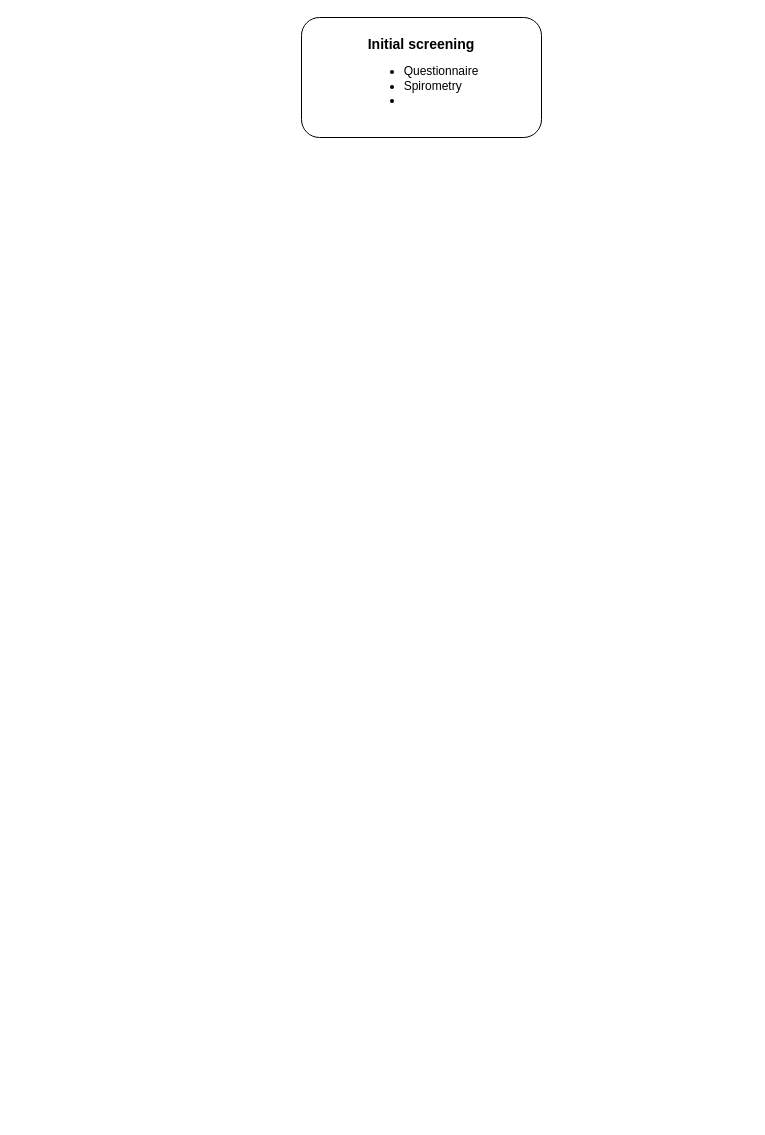
This is docs/reports/HSP_silicosis.drawio from UtrechtUniversity/lexces-silicosis-predict, a draw.io file, before an edit. Source tidied: cells renumbered, new cells numbered last; positions are measured from the earlier drawing's top-left corner, leaving out a move shared by most shapes. Both pictures are drawn from the tidied source at 100%, with x=0, y=0 at pixel (301, 17).
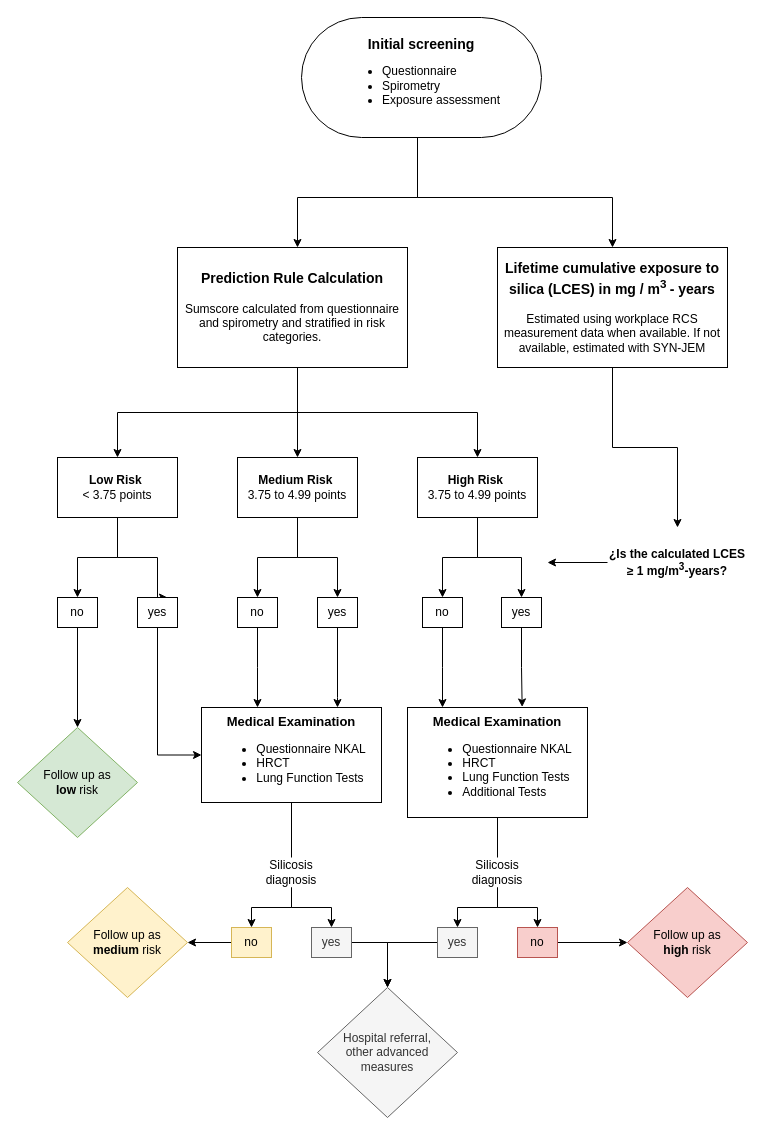
The same page after the edit.

The edit, as a diff of the source:
```diff
@@
+    <mxCell id="3" style="edgeStyle=orthogonalEdgeStyle;rounded=0;jettySize=auto;html=1;" parent="1" edge="1" source="2" target="8">
+      <mxGeometry relative="1" as="geometry">
+        <Array as="points">
+          <mxPoint x="116" y="180" />
+          <mxPoint x="-4" y="180" />
+        </Array>
+      </mxGeometry>
+    </mxCell>
+    <mxCell id="4" style="edgeStyle=orthogonalEdgeStyle;rounded=0;jettySize=auto;html=1;" parent="1" edge="1" source="2" target="10">
+      <mxGeometry relative="1" as="geometry">
+        <Array as="points">
+          <mxPoint x="116" y="180" />
+          <mxPoint x="311" y="180" />
+        </Array>
+      </mxGeometry>
+    </mxCell>
-    <mxCell id="2" value="&lt;font style=&quot;font-size: 14px;&quot;&gt;&lt;b&gt;Initial screening&lt;/b&gt;&lt;/font&gt;&lt;div&gt;&lt;ul&gt;&lt;li&gt;Questionnaire&lt;/li&gt;&lt;li style=&quot;text-align: left;&quot;&gt;Spirometry&lt;/li&gt;&lt;li style=&quot;text-align: left;&quot;&gt;&lt;br&gt;&lt;/li&gt;&lt;/ul&gt;&lt;/div&gt;" style="rounded=1;whiteSpace=wrap;html=1;" parent="1" vertex="1">
+    <mxCell id="2" value="&lt;font style=&quot;font-size: 14px;&quot;&gt;&lt;b&gt;Initial screening&lt;/b&gt;&lt;/font&gt;&lt;div&gt;&lt;ul&gt;&lt;li style=&quot;text-align: left;&quot;&gt;Questionnaire&lt;/li&gt;&lt;li style=&quot;text-align: left;&quot;&gt;Spirometry&lt;/li&gt;&lt;li style=&quot;text-align: left;&quot;&gt;Exposure assessment&lt;/li&gt;&lt;/ul&gt;&lt;/div&gt;" style="rounded=1;whiteSpace=wrap;html=1;arcSize=50;" parent="1" vertex="1">
       <mxGeometry width="240" height="120" as="geometry" />
     </mxCell>
+    <mxCell id="5" style="edgeStyle=orthogonalEdgeStyle;rounded=0;jettySize=auto;html=1;" parent="1" edge="1" source="8" target="16">
+      <mxGeometry relative="1" as="geometry">
+        <Array as="points">
+          <mxPoint x="-4" y="370" />
+          <mxPoint x="-4" y="370" />
+        </Array>
+      </mxGeometry>
+    </mxCell>
+    <mxCell id="6" style="edgeStyle=orthogonalEdgeStyle;rounded=0;jettySize=auto;html=1;entryX=0.5;entryY=0;entryDx=0;entryDy=0;" parent="1" edge="1" source="8" target="13">
+      <mxGeometry relative="1" as="geometry">
+        <Array as="points">
+          <mxPoint x="-4" y="395" />
+          <mxPoint x="-184" y="395" />
+        </Array>
+      </mxGeometry>
+    </mxCell>
+    <mxCell id="7" style="edgeStyle=orthogonalEdgeStyle;rounded=0;jettySize=auto;html=1;exitX=0.5;exitY=1;exitDx=0;exitDy=0;" parent="1" edge="1" source="8" target="19">
+      <mxGeometry relative="1" as="geometry">
+        <Array as="points">
+          <mxPoint x="-4" y="350" />
+          <mxPoint x="-4" y="395" />
+          <mxPoint x="176" y="395" />
+        </Array>
+      </mxGeometry>
+    </mxCell>
+    <mxCell id="8" value="&lt;font style=&quot;font-size: 14px;&quot;&gt;&lt;b&gt;Prediction Rule Calculation&lt;/b&gt;&lt;/font&gt;&lt;div&gt;&lt;span style=&quot;text-align: left; background-color: transparent; color: light-dark(rgb(0, 0, 0), rgb(255, 255, 255));&quot;&gt;&lt;br&gt;&lt;/span&gt;&lt;/div&gt;&lt;div&gt;&lt;span style=&quot;text-align: left; background-color: transparent; color: light-dark(rgb(0, 0, 0), rgb(255, 255, 255));&quot;&gt;Sumscore calculated from questionnaire and spirometry and stratified in risk categories.&lt;/span&gt;&lt;/div&gt;" style="rounded=1;whiteSpace=wrap;html=1;arcSize=0;" parent="1" vertex="1">
+      <mxGeometry x="-124" y="230" width="230" height="120" as="geometry" />
+    </mxCell>
+    <mxCell id="9" style="edgeStyle=orthogonalEdgeStyle;rounded=0;jettySize=auto;html=1;entryX=0.5;entryY=0;entryDx=0;entryDy=0;" parent="1" edge="1" source="10" target="21">
+      <mxGeometry relative="1" as="geometry" />
+    </mxCell>
+    <mxCell id="10" value="&lt;div&gt;&lt;span style=&quot;text-align: left; background-color: transparent; color: light-dark(rgb(0, 0, 0), rgb(255, 255, 255)); font-size: 14px;&quot;&gt;&lt;b&gt;Lifetime cumulative exposure to silica (LCES) in&amp;nbsp;&lt;/b&gt;&lt;/span&gt;&lt;span style=&quot;background-color: transparent; color: light-dark(rgb(0, 0, 0), rgb(255, 255, 255)); text-align: left; font-size: 14px;&quot;&gt;&lt;b&gt;mg /&amp;nbsp;&lt;/b&gt;&lt;/span&gt;&lt;b style=&quot;background-color: transparent; color: light-dark(rgb(0, 0, 0), rgb(255, 255, 255)); font-size: 14px; text-align: left;&quot;&gt;m&lt;sup&gt;3&amp;nbsp;&lt;/sup&gt;- years&lt;/b&gt;&lt;/div&gt;&lt;div&gt;&lt;span style=&quot;text-align: left;&quot;&gt;&lt;br&gt;&lt;/span&gt;&lt;/div&gt;&lt;div&gt;&lt;span style=&quot;text-align: left;&quot;&gt;Estimated using workplace RCS measurement data when available. If not available, estimated with SYN-JEM&lt;/span&gt;&lt;/div&gt;" style="rounded=1;whiteSpace=wrap;html=1;arcSize=0;" parent="1" vertex="1">
+      <mxGeometry x="196" y="230" width="230" height="120" as="geometry" />
+    </mxCell>
+    <mxCell id="11" style="edgeStyle=orthogonalEdgeStyle;rounded=0;jettySize=auto;html=1;exitX=0.5;exitY=1;exitDx=0;exitDy=0;entryX=0.5;entryY=0;entryDx=0;entryDy=0;" parent="1" edge="1" source="13" target="25">
+      <mxGeometry relative="1" as="geometry" />
+    </mxCell>
+    <mxCell id="12" style="edgeStyle=orthogonalEdgeStyle;rounded=0;jettySize=auto;html=1;exitX=0.5;exitY=1;exitDx=0;exitDy=0;entryX=0.75;entryY=0;entryDx=0;entryDy=0;" parent="1" edge="1" source="13" target="23">
+      <mxGeometry relative="1" as="geometry">
+        <Array as="points">
+          <mxPoint x="-184" y="540" />
+          <mxPoint x="-144" y="540" />
+          <mxPoint x="-144" y="580" />
+        </Array>
+      </mxGeometry>
+    </mxCell>
+    <mxCell id="13" value="&lt;b&gt;Low Risk&lt;/b&gt;&amp;nbsp;&lt;div&gt;&amp;lt; 3.75 points&lt;/div&gt;" style="rounded=0;whiteSpace=wrap;html=1;" parent="1" vertex="1">
+      <mxGeometry x="-244" y="440" width="120" height="60" as="geometry" />
+    </mxCell>
+    <mxCell id="14" style="edgeStyle=orthogonalEdgeStyle;rounded=0;jettySize=auto;html=1;exitX=0.5;exitY=1;exitDx=0;exitDy=0;entryX=0.5;entryY=0;entryDx=0;entryDy=0;" parent="1" edge="1" source="16" target="28">
+      <mxGeometry relative="1" as="geometry" />
+    </mxCell>
+    <mxCell id="15" style="edgeStyle=orthogonalEdgeStyle;rounded=0;jettySize=auto;html=1;" parent="1" edge="1" source="16" target="27">
+      <mxGeometry relative="1" as="geometry" />
+    </mxCell>
+    <mxCell id="16" value="&lt;b&gt;Medium Risk&lt;/b&gt;&amp;nbsp;&lt;div&gt;3.75 to 4.99 points&lt;/div&gt;" style="rounded=0;whiteSpace=wrap;html=1;" parent="1" vertex="1">
+      <mxGeometry x="-64" y="440" width="120" height="60" as="geometry" />
+    </mxCell>
+    <mxCell id="17" style="edgeStyle=orthogonalEdgeStyle;rounded=0;jettySize=auto;html=1;entryX=0.5;entryY=0;entryDx=0;entryDy=0;" parent="1" edge="1" source="19" target="30">
+      <mxGeometry relative="1" as="geometry" />
+    </mxCell>
+    <mxCell id="18" style="edgeStyle=orthogonalEdgeStyle;rounded=0;jettySize=auto;html=1;entryX=0.5;entryY=0;entryDx=0;entryDy=0;" parent="1" edge="1" source="19" target="29">
+      <mxGeometry relative="1" as="geometry" />
+    </mxCell>
+    <mxCell id="19" value="&lt;b&gt;High Risk&lt;/b&gt;&amp;nbsp;&lt;div&gt;3.75 to 4.99 points&lt;/div&gt;" style="rounded=0;whiteSpace=wrap;html=1;" parent="1" vertex="1">
+      <mxGeometry x="116" y="440" width="120" height="60" as="geometry" />
+    </mxCell>
+    <mxCell id="20" style="edgeStyle=orthogonalEdgeStyle;rounded=0;jettySize=auto;html=1;" parent="1" edge="1" source="21">
+      <mxGeometry relative="1" as="geometry">
+        <mxPoint x="246" y="545" as="targetPoint" />
+      </mxGeometry>
+    </mxCell>
+    <mxCell id="21" value="¿Is the calculated LCES ≥ 1 mg/m&lt;sup&gt;3&lt;/sup&gt;-years?" style="text;html=1;align=center;verticalAlign=middle;whiteSpace=wrap;rounded=0;fontStyle=1;" parent="1" vertex="1">
+      <mxGeometry x="306" y="510" width="140" height="70" as="geometry" />
+    </mxCell>
+    <mxCell id="22" style="edgeStyle=orthogonalEdgeStyle;rounded=0;jettySize=auto;html=1;entryX=0;entryY=0.5;entryDx=0;entryDy=0;" parent="1" edge="1" source="23" target="35">
+      <mxGeometry relative="1" as="geometry">
+        <Array as="points">
+          <mxPoint x="-144" y="738" />
+        </Array>
+      </mxGeometry>
+    </mxCell>
+    <mxCell id="23" value="yes" style="rounded=0;whiteSpace=wrap;html=1;" parent="1" vertex="1">
+      <mxGeometry x="-164" y="580" width="40" height="30" as="geometry" />
+    </mxCell>
+    <mxCell id="24" style="edgeStyle=orthogonalEdgeStyle;rounded=0;jettySize=auto;html=1;" parent="1" edge="1" source="25" target="31">
+      <mxGeometry relative="1" as="geometry" />
+    </mxCell>
+    <mxCell id="25" value="no" style="rounded=0;whiteSpace=wrap;html=1;" parent="1" vertex="1">
+      <mxGeometry x="-244" y="580" width="40" height="30" as="geometry" />
+    </mxCell>
+    <mxCell id="26" style="edgeStyle=orthogonalEdgeStyle;rounded=0;jettySize=auto;html=1;" parent="1" edge="1" source="27" target="35">
+      <mxGeometry relative="1" as="geometry">
+        <Array as="points">
+          <mxPoint x="36" y="680" />
+          <mxPoint x="36" y="680" />
+        </Array>
+      </mxGeometry>
+    </mxCell>
+    <mxCell id="27" value="yes" style="rounded=0;whiteSpace=wrap;html=1;" parent="1" vertex="1">
+      <mxGeometry x="16" y="580" width="40" height="30" as="geometry" />
+    </mxCell>
+    <mxCell id="28" value="no" style="rounded=0;whiteSpace=wrap;html=1;" parent="1" vertex="1">
+      <mxGeometry x="-64" y="580" width="40" height="30" as="geometry" />
+    </mxCell>
+    <mxCell id="29" value="yes" style="rounded=0;whiteSpace=wrap;html=1;" parent="1" vertex="1">
+      <mxGeometry x="200" y="580" width="40" height="30" as="geometry" />
+    </mxCell>
+    <mxCell id="30" value="no" style="rounded=0;whiteSpace=wrap;html=1;" parent="1" vertex="1">
+      <mxGeometry x="121" y="580" width="40" height="30" as="geometry" />
+    </mxCell>
+    <mxCell id="31" value="Follow up as &lt;br&gt;&lt;b&gt;low &lt;/b&gt;risk" style="rhombus;whiteSpace=wrap;html=1;fillColor=#d5e8d4;strokeColor=#82b366;" parent="1" vertex="1">
+      <mxGeometry x="-284" y="710" width="120" height="110" as="geometry" />
+    </mxCell>
+    <mxCell id="32" value="Follow up as &lt;br&gt;&lt;b&gt;medium &lt;/b&gt;risk" style="rhombus;whiteSpace=wrap;html=1;fillColor=#fff2cc;strokeColor=#d6b656;" parent="1" vertex="1">
+      <mxGeometry x="-234" y="870" width="120" height="110" as="geometry" />
+    </mxCell>
+    <mxCell id="33" value="Follow up as &lt;br&gt;&lt;b&gt;high&lt;/b&gt;&amp;nbsp;&lt;span style=&quot;background-color: transparent; color: light-dark(rgb(0, 0, 0), rgb(255, 255, 255));&quot;&gt;risk&lt;/span&gt;" style="rhombus;whiteSpace=wrap;html=1;fillColor=#f8cecc;strokeColor=#b85450;" parent="1" vertex="1">
+      <mxGeometry x="326" y="870" width="120" height="110" as="geometry" />
+    </mxCell>
+    <mxCell id="34" style="edgeStyle=orthogonalEdgeStyle;rounded=0;jettySize=auto;html=1;exitX=0.5;exitY=1;exitDx=0;exitDy=0;entryX=0.5;entryY=0;entryDx=0;entryDy=0;endArrow=none;startFill=0;" parent="1" edge="1" source="35" target="40">
+      <mxGeometry relative="1" as="geometry" />
+    </mxCell>
+    <mxCell id="35" value="&lt;font style=&quot;font-size: 13px;&quot;&gt;&lt;b style=&quot;&quot;&gt;Medical Examination&lt;/b&gt;&lt;/font&gt;&lt;div&gt;&lt;ul&gt;&lt;li style=&quot;text-align: left;&quot;&gt;Questionnaire NKAL&lt;/li&gt;&lt;li style=&quot;text-align: left;&quot;&gt;HRCT&lt;/li&gt;&lt;li style=&quot;text-align: left;&quot;&gt;Lung Function Tests&lt;/li&gt;&lt;/ul&gt;&lt;/div&gt;" style="rounded=1;whiteSpace=wrap;html=1;arcSize=0;" parent="1" vertex="1">
+      <mxGeometry x="-100" y="690" width="180" height="95" as="geometry" />
+    </mxCell>
+    <mxCell id="36" style="edgeStyle=orthogonalEdgeStyle;rounded=0;jettySize=auto;html=1;entryX=0.5;entryY=0;entryDx=0;entryDy=0;endArrow=none;startFill=0;" parent="1" edge="1" source="37" target="45">
+      <mxGeometry relative="1" as="geometry" />
+    </mxCell>
+    <mxCell id="37" value="&lt;font style=&quot;font-size: 13px;&quot;&gt;&lt;b style=&quot;&quot;&gt;Medical Examination&lt;/b&gt;&lt;/font&gt;&lt;div&gt;&lt;ul&gt;&lt;li style=&quot;text-align: left;&quot;&gt;Questionnaire NKAL&lt;/li&gt;&lt;li style=&quot;text-align: left;&quot;&gt;HRCT&lt;/li&gt;&lt;li style=&quot;text-align: left;&quot;&gt;Lung Function Tests&lt;/li&gt;&lt;li style=&quot;text-align: left;&quot;&gt;Additional Tests&lt;/li&gt;&lt;/ul&gt;&lt;/div&gt;" style="rounded=1;whiteSpace=wrap;html=1;arcSize=0;" parent="1" vertex="1">
+      <mxGeometry x="106" y="690" width="180" height="110" as="geometry" />
+    </mxCell>
+    <mxCell id="38" style="edgeStyle=orthogonalEdgeStyle;rounded=0;jettySize=auto;html=1;" parent="1" edge="1" source="40" target="50">
+      <mxGeometry relative="1" as="geometry">
+        <Array as="points">
+          <mxPoint x="-10" y="890" />
+          <mxPoint x="-50" y="890" />
+        </Array>
+      </mxGeometry>
+    </mxCell>
+    <mxCell id="39" style="edgeStyle=orthogonalEdgeStyle;rounded=0;jettySize=auto;html=1;entryX=0.5;entryY=0;entryDx=0;entryDy=0;" parent="1" edge="1" source="40" target="48">
+      <mxGeometry relative="1" as="geometry">
+        <Array as="points">
+          <mxPoint x="-10" y="890" />
+          <mxPoint x="30" y="890" />
+        </Array>
+      </mxGeometry>
+    </mxCell>
+    <mxCell id="40" value="Silicosis diagnosis" style="text;html=1;align=center;verticalAlign=middle;whiteSpace=wrap;rounded=0;" parent="1" vertex="1">
+      <mxGeometry x="-40" y="840" width="60" height="30" as="geometry" />
+    </mxCell>
+    <mxCell id="41" style="edgeStyle=orthogonalEdgeStyle;rounded=0;jettySize=auto;html=1;exitX=0.5;exitY=1;exitDx=0;exitDy=0;" parent="1" edge="1" source="30">
+      <mxGeometry relative="1" as="geometry">
+        <mxPoint x="141" y="690" as="targetPoint" />
+      </mxGeometry>
+    </mxCell>
+    <mxCell id="42" style="edgeStyle=orthogonalEdgeStyle;rounded=0;jettySize=auto;html=1;entryX=0.637;entryY=-0.005;entryDx=0;entryDy=0;entryPerimeter=0;" parent="1" edge="1" source="29" target="37">
+      <mxGeometry relative="1" as="geometry" />
+    </mxCell>
+    <mxCell id="43" style="edgeStyle=orthogonalEdgeStyle;rounded=0;jettySize=auto;html=1;entryX=0.5;entryY=0;entryDx=0;entryDy=0;" parent="1" edge="1" source="45" target="52">
+      <mxGeometry relative="1" as="geometry">
+        <Array as="points">
+          <mxPoint x="196" y="890" />
+          <mxPoint x="236" y="890" />
+        </Array>
+      </mxGeometry>
+    </mxCell>
+    <mxCell id="44" style="edgeStyle=orthogonalEdgeStyle;rounded=0;jettySize=auto;html=1;exitX=0.5;exitY=1;exitDx=0;exitDy=0;entryX=0.5;entryY=0;entryDx=0;entryDy=0;" parent="1" edge="1" source="45" target="54">
+      <mxGeometry relative="1" as="geometry">
+        <Array as="points">
+          <mxPoint x="196" y="890" />
+          <mxPoint x="156" y="890" />
+        </Array>
+      </mxGeometry>
+    </mxCell>
+    <mxCell id="45" value="Silicosis diagnosis" style="text;html=1;align=center;verticalAlign=middle;whiteSpace=wrap;rounded=0;" parent="1" vertex="1">
+      <mxGeometry x="166" y="840" width="60" height="30" as="geometry" />
+    </mxCell>
+    <mxCell id="46" style="edgeStyle=orthogonalEdgeStyle;rounded=0;jettySize=auto;html=1;" parent="1" edge="1" source="28">
+      <mxGeometry relative="1" as="geometry">
+        <mxPoint x="-44" y="690" as="targetPoint" />
+      </mxGeometry>
+    </mxCell>
+    <mxCell id="47" style="edgeStyle=orthogonalEdgeStyle;rounded=0;jettySize=auto;html=1;entryX=0.5;entryY=0;entryDx=0;entryDy=0;" parent="1" edge="1" source="48" target="55">
+      <mxGeometry relative="1" as="geometry">
+        <Array as="points">
+          <mxPoint x="86" y="925" />
+        </Array>
+      </mxGeometry>
+    </mxCell>
+    <mxCell id="48" value="yes" style="rounded=0;whiteSpace=wrap;html=1;fillColor=#f5f5f5;strokeColor=#666666;fontColor=#333333;" parent="1" vertex="1">
+      <mxGeometry x="10" y="910" width="40" height="30" as="geometry" />
+    </mxCell>
+    <mxCell id="49" style="edgeStyle=orthogonalEdgeStyle;rounded=0;jettySize=auto;html=1;exitX=0;exitY=0.5;exitDx=0;exitDy=0;entryX=1;entryY=0.5;entryDx=0;entryDy=0;" parent="1" edge="1" source="50" target="32">
+      <mxGeometry relative="1" as="geometry" />
+    </mxCell>
+    <mxCell id="50" value="no" style="rounded=0;whiteSpace=wrap;html=1;fillColor=#fff2cc;strokeColor=#d6b656;" parent="1" vertex="1">
+      <mxGeometry x="-70" y="910" width="40" height="30" as="geometry" />
+    </mxCell>
+    <mxCell id="51" style="edgeStyle=orthogonalEdgeStyle;rounded=0;jettySize=auto;html=1;entryX=0;entryY=0.5;entryDx=0;entryDy=0;" parent="1" edge="1" source="52" target="33">
+      <mxGeometry relative="1" as="geometry" />
+    </mxCell>
+    <mxCell id="52" value="no" style="rounded=0;whiteSpace=wrap;html=1;fillColor=#f8cecc;strokeColor=#b85450;" parent="1" vertex="1">
+      <mxGeometry x="216" y="910" width="40" height="30" as="geometry" />
+    </mxCell>
+    <mxCell id="53" style="edgeStyle=orthogonalEdgeStyle;rounded=0;jettySize=auto;html=1;entryX=0.5;entryY=0;entryDx=0;entryDy=0;" parent="1" edge="1" source="54" target="55">
+      <mxGeometry relative="1" as="geometry">
+        <Array as="points">
+          <mxPoint x="86" y="925" />
+        </Array>
+      </mxGeometry>
+    </mxCell>
+    <mxCell id="54" value="yes" style="rounded=0;whiteSpace=wrap;html=1;fillColor=#f5f5f5;strokeColor=#666666;fontColor=#333333;" parent="1" vertex="1">
+      <mxGeometry x="136" y="910" width="40" height="30" as="geometry" />
+    </mxCell>
+    <mxCell id="55" value="Hospital referral, &lt;br&gt;other advanced measures" style="rhombus;whiteSpace=wrap;html=1;fillColor=#f5f5f5;fontColor=#333333;strokeColor=#666666;" parent="1" vertex="1">
+      <mxGeometry x="16" y="970" width="140" height="130" as="geometry" />
+    </mxCell>
```
